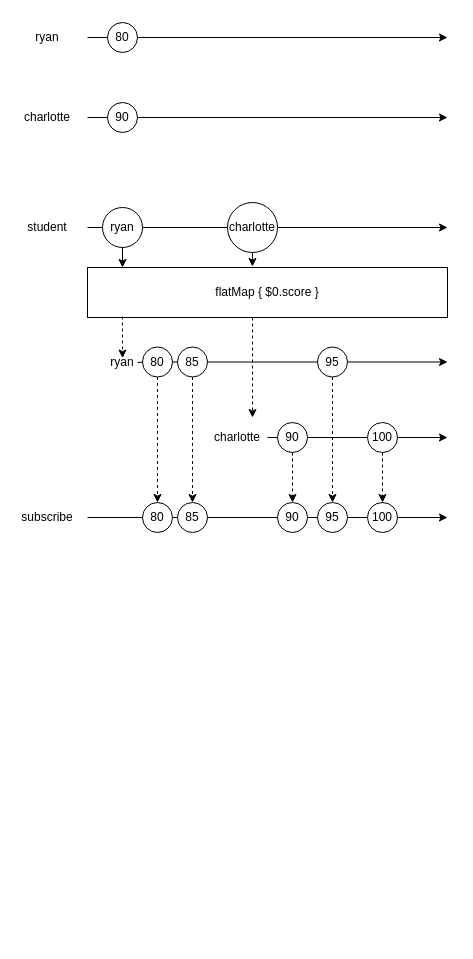
Above: Apple/RxSwift/OperatorPractice.drawio in dev-wimes/TIL (draw.io), before the change. Source tidied: cells renumbered, new cells numbered last; positions are measured from the earlier drawing's top-left corner, leaving out a move shared by most shapes. Both pictures are drawn from the tidied source at 100%, with x=0, y=0 at pixel (17, 17).
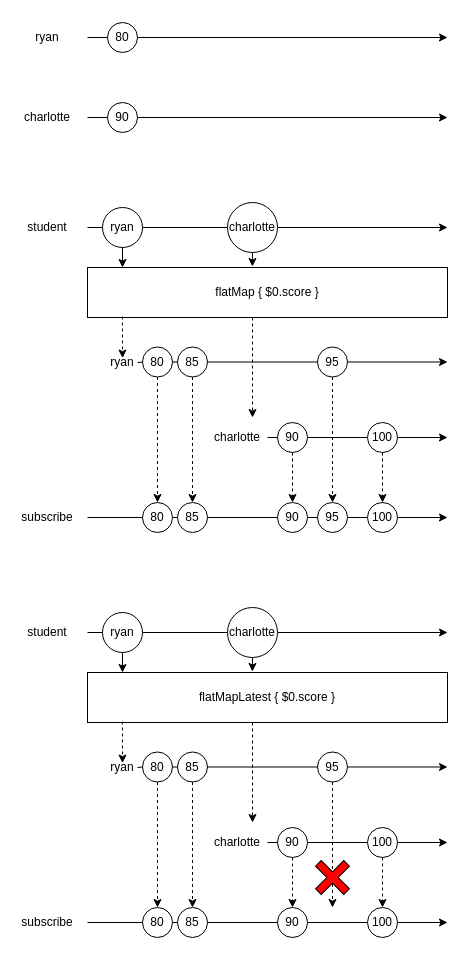
Above is the later version.

What changed in the source:
```diff
@@
+    <mxCell id="52" style="endArrow=classic;html=1;rounded=0;startArrow=none;" parent="1" edge="1" source="57">
+      <mxGeometry relative="1" as="geometry">
+        <mxPoint x="430" y="615" as="targetPoint" />
+      </mxGeometry>
+    </mxCell>
+    <mxCell id="53" value="student" style="text;html=1;strokeColor=none;fillColor=none;align=center;verticalAlign=middle;whiteSpace=wrap;rounded=0;" parent="1" vertex="1">
+      <mxGeometry y="595" width="60" height="40" as="geometry" />
+    </mxCell>
+    <mxCell id="54" value="flatMapLatest { $0.score }" style="rounded=0;whiteSpace=wrap;html=1;" parent="1" vertex="1">
+      <mxGeometry x="70" y="655" width="360" height="50" as="geometry" />
+    </mxCell>
+    <mxCell id="55" value="ryan" style="ellipse;whiteSpace=wrap;html=1;" parent="1" vertex="1">
+      <mxGeometry x="85" y="595" width="40" height="40" as="geometry" />
+    </mxCell>
+    <mxCell id="56" style="endArrow=none;html=1;rounded=0;startArrow=none;" parent="1" edge="1" target="55">
+      <mxGeometry relative="1" as="geometry">
+        <mxPoint x="70" y="615" as="sourcePoint" />
+      </mxGeometry>
+    </mxCell>
+    <mxCell id="57" value="charlotte" style="ellipse;whiteSpace=wrap;html=1;" parent="1" vertex="1">
+      <mxGeometry x="210" y="590" width="50" height="50" as="geometry" />
+    </mxCell>
+    <mxCell id="58" style="endArrow=none;html=1;rounded=0;startArrow=none;" parent="1" edge="1" source="55" target="57">
+      <mxGeometry relative="1" as="geometry" />
+    </mxCell>
+    <mxCell id="59" style="endArrow=classic;html=1;rounded=0;exitX=0.5;exitY=1;exitDx=0;exitDy=0;" parent="1" edge="1" source="55">
+      <mxGeometry relative="1" as="geometry">
+        <mxPoint x="105" y="655" as="targetPoint" />
+      </mxGeometry>
+    </mxCell>
+    <mxCell id="60" style="endArrow=classic;html=1;rounded=0;exitX=0.5;exitY=1;exitDx=0;exitDy=0;entryX=0.458;entryY=-0.02;entryDx=0;entryDy=0;entryPerimeter=0;" parent="1" edge="1" source="57" target="54">
+      <mxGeometry relative="1" as="geometry" />
+    </mxCell>
+    <mxCell id="61" style="endArrow=classic;html=1;rounded=0;startArrow=none;" parent="1" edge="1" source="71">
+      <mxGeometry relative="1" as="geometry">
+        <mxPoint x="430" y="749.5" as="targetPoint" />
+      </mxGeometry>
+    </mxCell>
+    <mxCell id="62" value="ryan" style="text;html=1;strokeColor=none;fillColor=none;align=center;verticalAlign=middle;whiteSpace=wrap;rounded=0;" parent="1" vertex="1">
+      <mxGeometry x="75" y="730" width="60" height="40" as="geometry" />
+    </mxCell>
+    <mxCell id="63" value="80" style="ellipse;whiteSpace=wrap;html=1;" parent="1" vertex="1">
+      <mxGeometry x="125" y="734.5" width="30" height="30" as="geometry" />
+    </mxCell>
+    <mxCell id="64" style="endArrow=none;html=1;rounded=0;" parent="1" edge="1" target="63">
+      <mxGeometry relative="1" as="geometry">
+        <mxPoint x="120" y="750" as="sourcePoint" />
+      </mxGeometry>
+    </mxCell>
+    <mxCell id="65" value="85" style="ellipse;whiteSpace=wrap;html=1;" parent="1" vertex="1">
+      <mxGeometry x="160" y="734.5" width="30" height="30" as="geometry" />
+    </mxCell>
+    <mxCell id="66" style="endArrow=none;html=1;rounded=0;startArrow=none;" parent="1" edge="1" source="63" target="65">
+      <mxGeometry relative="1" as="geometry" />
+    </mxCell>
+    <mxCell id="67" style="endArrow=classic;html=1;rounded=0;startArrow=none;" parent="1" edge="1" source="73">
+      <mxGeometry relative="1" as="geometry">
+        <mxPoint x="430" y="825" as="targetPoint" />
+      </mxGeometry>
+    </mxCell>
+    <mxCell id="68" value="charlotte" style="text;html=1;strokeColor=none;fillColor=none;align=center;verticalAlign=middle;whiteSpace=wrap;rounded=0;" parent="1" vertex="1">
+      <mxGeometry x="190" y="805" width="60" height="40" as="geometry" />
+    </mxCell>
+    <mxCell id="69" value="90" style="ellipse;whiteSpace=wrap;html=1;" parent="1" vertex="1">
+      <mxGeometry x="260" y="810" width="30" height="30" as="geometry" />
+    </mxCell>
+    <mxCell id="70" style="endArrow=none;html=1;rounded=0;" parent="1" edge="1" target="69">
+      <mxGeometry relative="1" as="geometry">
+        <mxPoint x="250" y="825" as="sourcePoint" />
+      </mxGeometry>
+    </mxCell>
+    <mxCell id="71" value="95" style="ellipse;whiteSpace=wrap;html=1;" parent="1" vertex="1">
+      <mxGeometry x="300" y="734.5" width="30" height="30" as="geometry" />
+    </mxCell>
+    <mxCell id="72" style="endArrow=none;html=1;rounded=0;startArrow=none;" parent="1" edge="1" source="65" target="71">
+      <mxGeometry relative="1" as="geometry" />
+    </mxCell>
+    <mxCell id="73" value="100" style="ellipse;whiteSpace=wrap;html=1;" parent="1" vertex="1">
+      <mxGeometry x="350" y="810" width="30" height="30" as="geometry" />
+    </mxCell>
+    <mxCell id="74" style="endArrow=none;html=1;rounded=0;startArrow=none;" parent="1" edge="1" source="69" target="73">
+      <mxGeometry relative="1" as="geometry" />
+    </mxCell>
+    <mxCell id="75" style="endArrow=classic;html=1;rounded=0;startArrow=none;" parent="1" edge="1" source="84">
+      <mxGeometry relative="1" as="geometry">
+        <mxPoint x="430" y="905" as="targetPoint" />
+      </mxGeometry>
+    </mxCell>
+    <mxCell id="76" value="subscribe" style="text;html=1;strokeColor=none;fillColor=none;align=center;verticalAlign=middle;whiteSpace=wrap;rounded=0;" parent="1" vertex="1">
+      <mxGeometry y="885" width="60" height="40" as="geometry" />
+    </mxCell>
+    <mxCell id="77" style="endArrow=classic;html=1;rounded=0;exitX=0.5;exitY=1;exitDx=0;exitDy=0;entryX=0.5;entryY=0;entryDx=0;entryDy=0;dashed=1;" parent="1" edge="1" source="63" target="78">
+      <mxGeometry relative="1" as="geometry" />
+    </mxCell>
+    <mxCell id="78" value="80" style="ellipse;whiteSpace=wrap;html=1;" parent="1" vertex="1">
+      <mxGeometry x="125" y="890" width="30" height="30" as="geometry" />
+    </mxCell>
+    <mxCell id="79" style="endArrow=none;html=1;rounded=0;" parent="1" edge="1" target="78">
+      <mxGeometry relative="1" as="geometry">
+        <mxPoint x="70" y="905" as="sourcePoint" />
+      </mxGeometry>
+    </mxCell>
+    <mxCell id="80" value="85" style="ellipse;whiteSpace=wrap;html=1;" parent="1" vertex="1">
+      <mxGeometry x="160" y="890" width="30" height="30" as="geometry" />
+    </mxCell>
+    <mxCell id="81" style="endArrow=none;html=1;rounded=0;startArrow=none;" parent="1" edge="1" source="78" target="80">
+      <mxGeometry relative="1" as="geometry" />
+    </mxCell>
+    <mxCell id="82" value="90" style="ellipse;whiteSpace=wrap;html=1;" parent="1" vertex="1">
+      <mxGeometry x="260" y="890" width="30" height="30" as="geometry" />
+    </mxCell>
+    <mxCell id="83" style="endArrow=none;html=1;rounded=0;startArrow=none;" parent="1" edge="1" source="80" target="82">
+      <mxGeometry relative="1" as="geometry" />
+    </mxCell>
+    <mxCell id="84" value="100" style="ellipse;whiteSpace=wrap;html=1;" parent="1" vertex="1">
+      <mxGeometry x="350" y="890" width="30" height="30" as="geometry" />
+    </mxCell>
+    <mxCell id="85" style="endArrow=none;html=1;rounded=0;startArrow=none;exitX=1;exitY=0.5;exitDx=0;exitDy=0;" parent="1" edge="1" source="82" target="84">
+      <mxGeometry relative="1" as="geometry" />
+    </mxCell>
+    <mxCell id="86" style="endArrow=classic;html=1;rounded=0;exitX=0.5;exitY=1;exitDx=0;exitDy=0;entryX=0.5;entryY=0;entryDx=0;entryDy=0;dashed=1;" parent="1" edge="1" source="65" target="80">
+      <mxGeometry relative="1" as="geometry" />
+    </mxCell>
+    <mxCell id="87" style="endArrow=classic;html=1;rounded=0;exitX=0.5;exitY=1;exitDx=0;exitDy=0;dashed=1;" parent="1" edge="1" source="69" target="82">
+      <mxGeometry relative="1" as="geometry" />
+    </mxCell>
+    <mxCell id="88" style="endArrow=classic;html=1;rounded=0;exitX=0.5;exitY=1;exitDx=0;exitDy=0;entryX=0.5;entryY=0;entryDx=0;entryDy=0;dashed=1;" parent="1" edge="1" source="71">
+      <mxGeometry relative="1" as="geometry">
+        <mxPoint x="315" y="890" as="targetPoint" />
+      </mxGeometry>
+    </mxCell>
+    <mxCell id="89" style="endArrow=classic;html=1;rounded=0;exitX=0.5;exitY=1;exitDx=0;exitDy=0;entryX=0.5;entryY=0;entryDx=0;entryDy=0;dashed=1;" parent="1" edge="1" source="73" target="84">
+      <mxGeometry relative="1" as="geometry" />
+    </mxCell>
+    <mxCell id="90" style="endArrow=classic;html=1;rounded=0;exitX=0.097;exitY=0.98;exitDx=0;exitDy=0;dashed=1;exitPerimeter=0;entryX=0.5;entryY=0.388;entryDx=0;entryDy=0;entryPerimeter=0;" parent="1" edge="1" source="54" target="62">
+      <mxGeometry relative="1" as="geometry" />
+    </mxCell>
+    <mxCell id="91" style="endArrow=classic;html=1;rounded=0;dashed=1;entryX=0.75;entryY=0;entryDx=0;entryDy=0;" parent="1" edge="1" target="68">
+      <mxGeometry relative="1" as="geometry">
+        <mxPoint x="235" y="705" as="sourcePoint" />
+      </mxGeometry>
+    </mxCell>
+    <mxCell id="92" style="shape=cross;whiteSpace=wrap;html=1;rotation=-45;fillColor=#FF0000;" parent="1" vertex="1">
+      <mxGeometry x="295" y="840" width="40" height="40" as="geometry" />
+    </mxCell>
```
